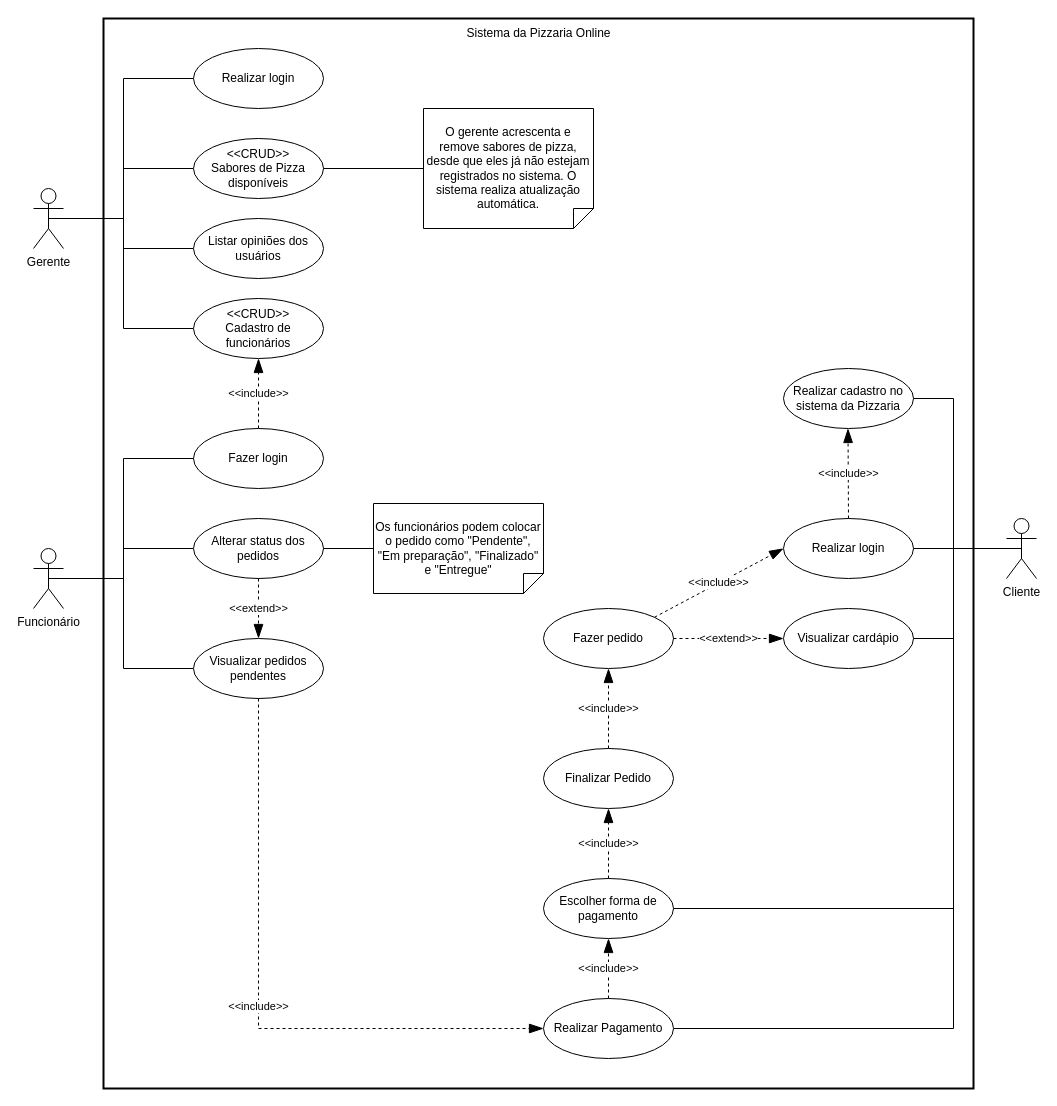
LuisAugusto0/Arquivos_PUC_CC keeps this draw.io diagram as Eng. de software/CSU1.drawio. Above is the earlier version. Source tidied: cells renumbered, new cells numbered last; positions are measured from the earlier drawing's top-left corner, leaving out a move shared by most shapes. Both pictures are drawn from the tidied source at 100%, with x=0, y=0 at pixel (33, 18).
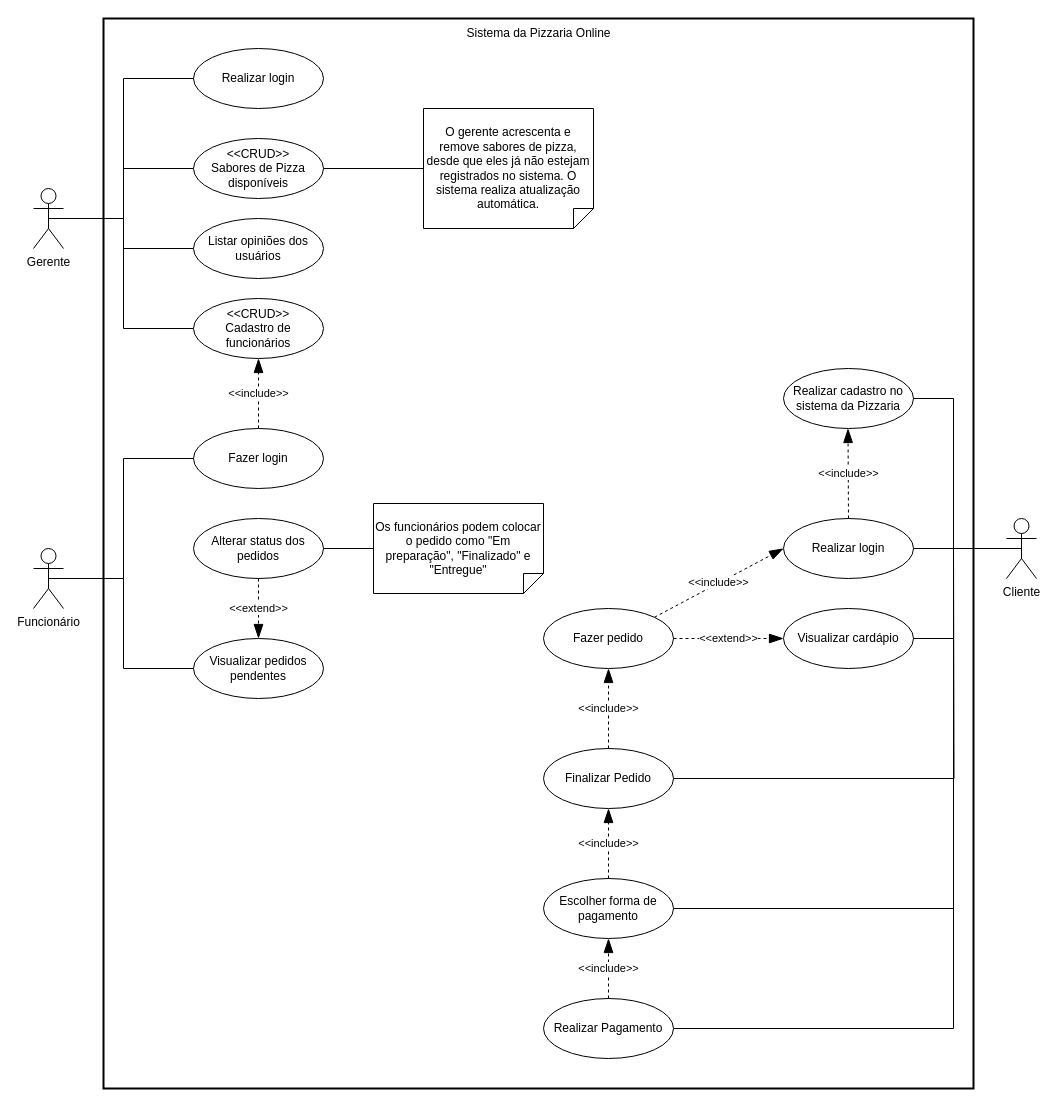
The same page after the edit.

The change refers to these unchanged cells:
```xml
<mxCell id="8" value="Funcionário" style="shape=umlActor;verticalLabelPosition=bottom;verticalAlign=top;html=1;outlineConnect=0;" parent="1" vertex="1">
  <mxGeometry y="530" width="30" height="60" as="geometry" />
</mxCell>
<mxCell id="15" value="Visualizar pedidos pendentes" style="ellipse;whiteSpace=wrap;html=1;align=center;" parent="1" vertex="1">
  <mxGeometry x="160" y="620" width="130" height="60" as="geometry" />
</mxCell>
<mxCell id="20" value="Alterar status dos pedidos" style="ellipse;whiteSpace=wrap;html=1;align=center;" parent="1" vertex="1">
  <mxGeometry x="160" y="500" width="130" height="60" as="geometry" />
</mxCell>
<mxCell id="33" value="Finalizar Pedido" style="ellipse;whiteSpace=wrap;html=1;align=center;" parent="1" vertex="1">
  <mxGeometry x="510" y="730" width="130" height="60" as="geometry" />
</mxCell>
<mxCell id="38" value="Realizar Pagamento" style="ellipse;whiteSpace=wrap;html=1;align=center;" parent="1" vertex="1">
  <mxGeometry x="510" y="980" width="130" height="60" as="geometry" />
</mxCell>
```

Diff of the diagram source:
```diff
@@
+    <mxCell id="44" style="whiteSpace=wrap;html=1;fillColor=none;strokeWidth=2;imageAspect=0;" parent="1" vertex="1">
+      <mxGeometry x="70" width="870" height="1070" as="geometry" />
+    </mxCell>
@@
-    <mxCell id="7" style="edgeStyle=orthogonalEdgeStyle;rounded=0;jettySize=auto;html=1;exitX=0.5;exitY=0.5;exitDx=0;exitDy=0;exitPerimeter=0;entryX=0;entryY=0.5;entryDx=0;entryDy=0;endArrow=none;endFill=0;" parent="1" edge="1" source="8" target="20">
-      <mxGeometry relative="1" as="geometry">
-        <Array as="points">
-          <mxPoint x="90" y="560" />
-          <mxPoint x="90" y="530" />
-        </Array>
-      </mxGeometry>
-    </mxCell>
@@
+    <mxCell id="46" style="edgeStyle=orthogonalEdgeStyle;rounded=0;jettySize=auto;html=1;exitX=1;exitY=0.5;exitDx=0;exitDy=0;endArrow=none;endFill=0;" parent="1" edge="1" source="33">
+      <mxGeometry relative="1" as="geometry">
+        <mxPoint x="920" y="530" as="targetPoint" />
+      </mxGeometry>
+    </mxCell>
@@
-    <mxCell id="40" value="Os funcionários podem colocar o pedido como &quot;Pendente&quot;, &quot;Em preparação&quot;, &quot;Finalizado&quot; e &quot;Entregue&quot;" style="shape=note;size=20;whiteSpace=wrap;html=1;direction=south;" parent="1" vertex="1">
+    <mxCell id="40" value="Os funcionários podem colocar o pedido como &quot;Em preparação&quot;, &quot;Finalizado&quot; e &quot;Entregue&quot;" style="shape=note;size=20;whiteSpace=wrap;html=1;direction=south;" parent="1" vertex="1">
       <mxGeometry x="340" y="485" width="170" height="90" as="geometry" />
     </mxCell>
@@
-    <mxCell id="43" value="&amp;lt;&amp;lt;include&amp;gt;&amp;gt;" style="endArrow=blockThin;endSize=12;dashed=1;html=1;rounded=0;endFill=1;entryX=0;entryY=0.5;entryDx=0;entryDy=0;exitX=0.5;exitY=1;exitDx=0;exitDy=0;edgeStyle=orthogonalEdgeStyle;" parent="1" edge="1" source="15" target="38">
-      <mxGeometry relative="1" as="geometry" />
-    </mxCell>
-    <mxCell id="44" style="whiteSpace=wrap;html=1;fillColor=none;strokeWidth=2;imageAspect=0;" parent="1" vertex="1">
-      <mxGeometry x="70" width="870" height="1070" as="geometry" />
-    </mxCell>
```
